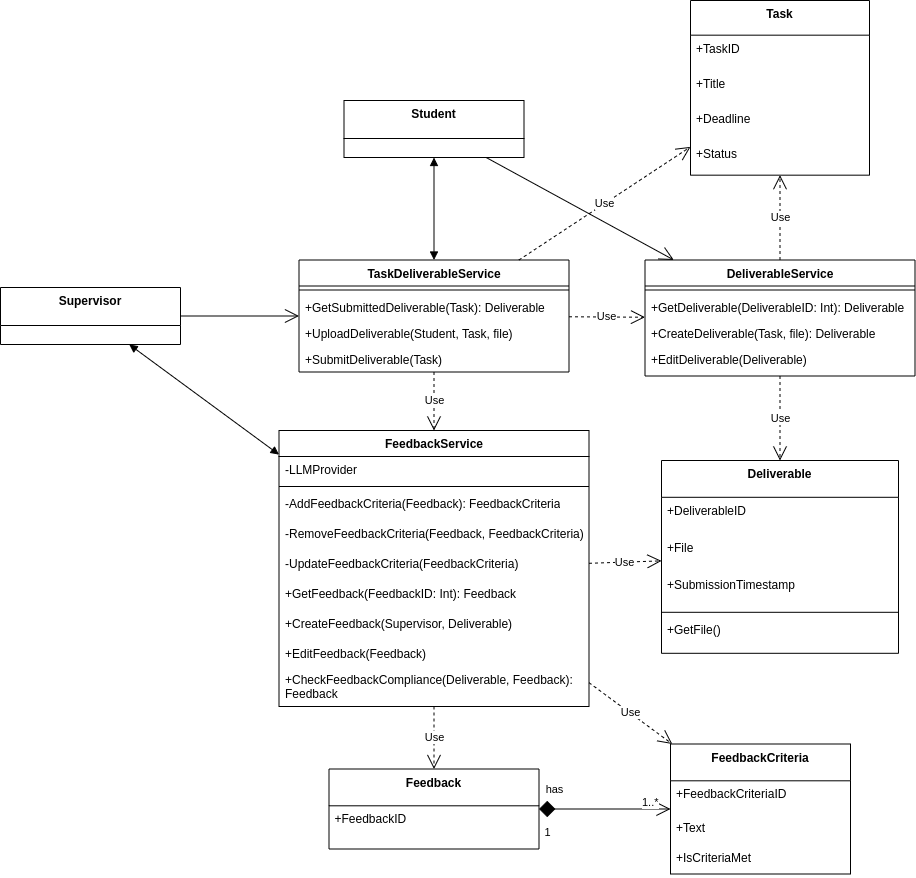
The draw.io diagram UML/Class Diagrams/images/TaskDeliverableService Class Diagram.drawio.png in Beginner50/Dissertation, before a commit. Source tidied: cells renumbered, new cells last; positions are measured from the earlier drawing's top-left corner, leaving out a move shared by most shapes. Source of this version:
```xml
<mxGraphModel>
  <root>
    <mxCell id="0" />
    <mxCell id="1" parent="0" />
    <mxCell id="2" value="Supervisor" style="swimlane;fontStyle=1;align=center;verticalAlign=top;horizontal=1;startSize=38;" parent="1" vertex="1">
      <mxGeometry y="287" width="180" height="57" as="geometry" />
    </mxCell>
    <mxCell id="3" value="Task" style="swimlane;fontStyle=1;align=center;verticalAlign=top;horizontal=1;startSize=34.666666666666664;" parent="1" vertex="1">
      <mxGeometry x="690" width="179" height="174.7" as="geometry" />
    </mxCell>
    <mxCell id="4" value="+TaskID" style="text;strokeColor=none;fillColor=none;align=left;verticalAlign=top;spacingLeft=4;spacingRight=4;overflow=hidden;" parent="3" vertex="1">
      <mxGeometry y="34.7" width="179" height="35" as="geometry" />
    </mxCell>
    <mxCell id="5" value="+Title" style="text;strokeColor=none;fillColor=none;align=left;verticalAlign=top;spacingLeft=4;spacingRight=4;overflow=hidden;" parent="3" vertex="1">
      <mxGeometry y="69.7" width="179" height="35" as="geometry" />
    </mxCell>
    <mxCell id="6" value="+Deadline" style="text;strokeColor=none;fillColor=none;align=left;verticalAlign=top;spacingLeft=4;spacingRight=4;overflow=hidden;" parent="3" vertex="1">
      <mxGeometry y="104.7" width="179" height="35" as="geometry" />
    </mxCell>
    <mxCell id="7" value="+Status" style="text;strokeColor=none;fillColor=none;align=left;verticalAlign=top;spacingLeft=4;spacingRight=4;overflow=hidden;" parent="3" vertex="1">
      <mxGeometry y="139.7" width="179" height="35" as="geometry" />
    </mxCell>
    <mxCell id="8" value="Student" style="swimlane;fontStyle=1;align=center;verticalAlign=top;horizontal=1;startSize=38;" parent="1" vertex="1">
      <mxGeometry x="343.5" y="100" width="180" height="57" as="geometry" />
    </mxCell>
    <mxCell id="9" value="FeedbackService" style="swimlane;fontStyle=1;align=center;verticalAlign=top;horizontal=1;startSize=26;whiteSpace=wrap;html=1;" parent="1" vertex="1">
      <mxGeometry x="278.5" y="430" width="310" height="276" as="geometry" />
    </mxCell>
    <mxCell id="10" value="-LLMProvider" style="text;strokeColor=none;fillColor=none;align=left;verticalAlign=top;spacingLeft=4;spacingRight=4;overflow=hidden;whiteSpace=wrap;html=1;" parent="9" vertex="1">
      <mxGeometry y="26" width="310" height="26" as="geometry" />
    </mxCell>
    <mxCell id="11" style="line;strokeWidth=1;fillColor=none;align=left;verticalAlign=middle;spacingTop=-1;spacingLeft=3;spacingRight=3;labelPosition=right;strokeColor=inherit;" parent="9" vertex="1">
      <mxGeometry y="52" width="310" height="8" as="geometry" />
    </mxCell>
    <mxCell id="12" value="-AddFeedbackCriteria(Feedback): FeedbackCriteria" style="text;strokeColor=none;fillColor=none;align=left;verticalAlign=top;spacingLeft=4;spacingRight=4;overflow=hidden;whiteSpace=wrap;html=1;" parent="9" vertex="1">
      <mxGeometry y="60" width="310" height="30" as="geometry" />
    </mxCell>
    <mxCell id="13" value="-RemoveFeedbackCriteria(Feedback, FeedbackCriteria)" style="text;strokeColor=none;fillColor=none;align=left;verticalAlign=top;spacingLeft=4;spacingRight=4;overflow=hidden;whiteSpace=wrap;html=1;" parent="9" vertex="1">
      <mxGeometry y="90" width="310" height="30" as="geometry" />
    </mxCell>
    <mxCell id="14" value="-UpdateFeedbackCriteria(FeedbackCriteria)" style="text;strokeColor=none;fillColor=none;align=left;verticalAlign=top;spacingLeft=4;spacingRight=4;overflow=hidden;whiteSpace=wrap;html=1;" parent="9" vertex="1">
      <mxGeometry y="120" width="310" height="30" as="geometry" />
    </mxCell>
    <mxCell id="15" value="+GetFeedback(FeedbackID: Int): Feedback&amp;nbsp;" style="text;strokeColor=none;fillColor=none;align=left;verticalAlign=top;spacingLeft=4;spacingRight=4;overflow=hidden;whiteSpace=wrap;html=1;" parent="9" vertex="1">
      <mxGeometry y="150" width="310" height="30" as="geometry" />
    </mxCell>
    <mxCell id="16" value="+CreateFeedback(Supervisor, Deliverable)&amp;nbsp;" style="text;strokeColor=none;fillColor=none;align=left;verticalAlign=top;spacingLeft=4;spacingRight=4;overflow=hidden;whiteSpace=wrap;html=1;" parent="9" vertex="1">
      <mxGeometry y="180" width="310" height="30" as="geometry" />
    </mxCell>
    <mxCell id="17" value="+EditFeedback(Feedback)" style="text;strokeColor=none;fillColor=none;align=left;verticalAlign=top;spacingLeft=4;spacingRight=4;overflow=hidden;whiteSpace=wrap;html=1;" parent="9" vertex="1">
      <mxGeometry y="210" width="310" height="26" as="geometry" />
    </mxCell>
    <mxCell id="18" value="+CheckFeedbackCompliance(Deliverable, Feedback): Feedback" style="text;strokeColor=none;fillColor=none;align=left;verticalAlign=top;spacingLeft=4;spacingRight=4;overflow=hidden;whiteSpace=wrap;html=1;" parent="9" vertex="1">
      <mxGeometry y="236" width="310" height="40" as="geometry" />
    </mxCell>
    <mxCell id="19" value="TaskDeliverableService" style="swimlane;fontStyle=1;align=center;verticalAlign=top;horizontal=1;startSize=26;whiteSpace=wrap;html=1;" parent="1" vertex="1">
      <mxGeometry x="298.5" y="259.5" width="270" height="112" as="geometry" />
    </mxCell>
    <mxCell id="20" style="line;strokeWidth=1;fillColor=none;align=left;verticalAlign=middle;spacingTop=-1;spacingLeft=3;spacingRight=3;labelPosition=right;strokeColor=inherit;" parent="19" vertex="1">
      <mxGeometry y="26" width="270" height="8" as="geometry" />
    </mxCell>
    <mxCell id="21" value="+GetSubmittedDeliverable(Task): Deliverable" style="text;strokeColor=none;fillColor=none;align=left;verticalAlign=top;spacingLeft=4;spacingRight=4;overflow=hidden;whiteSpace=wrap;html=1;" parent="19" vertex="1">
      <mxGeometry y="34" width="270" height="26" as="geometry" />
    </mxCell>
    <mxCell id="22" value="+UploadDeliverable(Student, Task, file)&amp;nbsp;" style="text;strokeColor=none;fillColor=none;align=left;verticalAlign=top;spacingLeft=4;spacingRight=4;overflow=hidden;whiteSpace=wrap;html=1;" parent="19" vertex="1">
      <mxGeometry y="60" width="270" height="26" as="geometry" />
    </mxCell>
    <mxCell id="23" value="+SubmitDeliverable(Task)&amp;nbsp;" style="text;strokeColor=none;fillColor=none;align=left;verticalAlign=top;spacingLeft=4;spacingRight=4;overflow=hidden;whiteSpace=wrap;html=1;" parent="19" vertex="1">
      <mxGeometry y="86" width="270" height="26" as="geometry" />
    </mxCell>
    <mxCell id="24" value="Feedback" style="swimlane;fontStyle=1;align=center;verticalAlign=top;horizontal=1;startSize=36.8;" parent="1" vertex="1">
      <mxGeometry x="328.5" y="768.5" width="210" height="80" as="geometry" />
    </mxCell>
    <mxCell id="25" value="+FeedbackID" style="text;strokeColor=none;fillColor=none;align=left;verticalAlign=top;spacingLeft=4;spacingRight=4;overflow=hidden;" parent="24" vertex="1">
      <mxGeometry y="36.8" width="210" height="43.2" as="geometry" />
    </mxCell>
    <mxCell id="26" value="FeedbackCriteria" style="swimlane;fontStyle=1;align=center;verticalAlign=top;horizontal=1;startSize=36.8;" parent="1" vertex="1">
      <mxGeometry x="670" y="743.5" width="180" height="130" as="geometry" />
    </mxCell>
    <mxCell id="27" value="+FeedbackCriteriaID" style="text;strokeColor=none;fillColor=none;align=left;verticalAlign=top;spacingLeft=4;spacingRight=4;overflow=hidden;" parent="26" vertex="1">
      <mxGeometry y="36.8" width="180" height="33.2" as="geometry" />
    </mxCell>
    <mxCell id="28" value="+Text" style="text;strokeColor=none;fillColor=none;align=left;verticalAlign=top;spacingLeft=4;spacingRight=4;overflow=hidden;" parent="26" vertex="1">
      <mxGeometry y="70" width="180" height="30" as="geometry" />
    </mxCell>
    <mxCell id="29" value="+IsCriteriaMet" style="text;strokeColor=none;fillColor=none;align=left;verticalAlign=top;spacingLeft=4;spacingRight=4;overflow=hidden;" parent="26" vertex="1">
      <mxGeometry y="100" width="180" height="30" as="geometry" />
    </mxCell>
    <mxCell id="30" value="has" style="endArrow=open;html=1;endSize=12;startArrow=diamond;startSize=14;startFill=1;edgeStyle=orthogonalEdgeStyle;rounded=0;" parent="1" edge="1" source="24" target="26">
      <mxGeometry x="-0.75" y="20" relative="1" as="geometry">
        <Array as="points">
          <mxPoint x="520" y="808.5" />
          <mxPoint x="520" y="808.5" />
        </Array>
      </mxGeometry>
    </mxCell>
    <mxCell id="31" value="1" style="edgeLabel;html=1;align=center;verticalAlign=bottom;labelPosition=center;verticalLabelPosition=top;" parent="30" vertex="1">
      <mxGeometry x="-1" relative="1" as="geometry">
        <mxPoint x="7" y="30" as="offset" />
      </mxGeometry>
    </mxCell>
    <mxCell id="32" value="1..*" style="edgeLabel;html=1;align=left;verticalAlign=bottom;labelPosition=right;verticalLabelPosition=top;" parent="30" vertex="1">
      <mxGeometry x="1" relative="1" as="geometry">
        <mxPoint x="-30" as="offset" />
      </mxGeometry>
    </mxCell>
    <mxCell id="33" value="Use" style="endArrow=open;endSize=12;dashed=1;html=1;rounded=0;labelBackgroundColor=default;strokeColor=default;fontFamily=Helvetica;fontSize=11;fontColor=default;shape=connector;" parent="1" edge="1" source="9" target="24">
      <mxGeometry relative="1" as="geometry" />
    </mxCell>
    <mxCell id="34" value="Use" style="endArrow=open;endSize=12;dashed=1;html=1;rounded=0;labelBackgroundColor=default;strokeColor=default;fontFamily=Helvetica;fontSize=11;fontColor=default;shape=connector;" parent="1" edge="1" source="19" target="9">
      <mxGeometry relative="1" as="geometry" />
    </mxCell>
    <mxCell id="35" value="Deliverable" style="swimlane;fontStyle=1;align=center;verticalAlign=top;horizontal=1;startSize=36.8;" parent="1" vertex="1">
      <mxGeometry x="661" y="460" width="237" height="192.8" as="geometry" />
    </mxCell>
    <mxCell id="36" value="+DeliverableID" style="text;strokeColor=none;fillColor=none;align=left;verticalAlign=top;spacingLeft=4;spacingRight=4;overflow=hidden;" parent="35" vertex="1">
      <mxGeometry y="36.8" width="237" height="37" as="geometry" />
    </mxCell>
    <mxCell id="37" value="+File" style="text;strokeColor=none;fillColor=none;align=left;verticalAlign=top;spacingLeft=4;spacingRight=4;overflow=hidden;" parent="35" vertex="1">
      <mxGeometry y="73.8" width="237" height="37" as="geometry" />
    </mxCell>
    <mxCell id="38" value="+SubmissionTimestamp" style="text;strokeColor=none;fillColor=none;align=left;verticalAlign=top;spacingLeft=4;spacingRight=4;overflow=hidden;" parent="35" vertex="1">
      <mxGeometry y="110.8" width="237" height="37" as="geometry" />
    </mxCell>
    <mxCell id="39" style="line;strokeWidth=1;fillColor=none;align=left;verticalAlign=middle;spacingTop=-1;spacingLeft=3;spacingRight=3;labelPosition=right;strokeColor=inherit;" parent="35" vertex="1">
      <mxGeometry y="147.8" width="237" height="8" as="geometry" />
    </mxCell>
    <mxCell id="40" value="+GetFile()" style="text;strokeColor=none;fillColor=none;align=left;verticalAlign=top;spacingLeft=4;spacingRight=4;overflow=hidden;" parent="35" vertex="1">
      <mxGeometry y="155.8" width="237" height="37" as="geometry" />
    </mxCell>
    <mxCell id="41" value="Use" style="endArrow=open;endSize=12;dashed=1;html=1;rounded=0;" parent="1" edge="1" source="44" target="35">
      <mxGeometry relative="1" as="geometry" />
    </mxCell>
    <mxCell id="42" value="Use" style="endArrow=open;endSize=12;dashed=1;html=1;rounded=0;labelBackgroundColor=default;strokeColor=default;fontFamily=Helvetica;fontSize=11;fontColor=default;shape=connector;" parent="1" edge="1" source="9" target="35">
      <mxGeometry relative="1" as="geometry" />
    </mxCell>
    <mxCell id="43" value="Use" style="endArrow=open;endSize=12;dashed=1;html=1;rounded=0;" parent="1" edge="1" source="19" target="3">
      <mxGeometry relative="1" as="geometry" />
    </mxCell>
    <mxCell id="44" value="DeliverableService" style="swimlane;fontStyle=1;align=center;verticalAlign=top;horizontal=1;startSize=26;whiteSpace=wrap;html=1;" parent="1" vertex="1">
      <mxGeometry x="644.5" y="259.5" width="270" height="116" as="geometry" />
    </mxCell>
    <mxCell id="45" style="line;strokeWidth=1;fillColor=none;align=left;verticalAlign=middle;spacingTop=-1;spacingLeft=3;spacingRight=3;labelPosition=right;strokeColor=inherit;" parent="44" vertex="1">
      <mxGeometry y="26" width="270" height="8" as="geometry" />
    </mxCell>
    <mxCell id="46" value="+GetDeliverable(DeliverableID: Int): Deliverable" style="text;strokeColor=none;fillColor=none;align=left;verticalAlign=top;spacingLeft=4;spacingRight=4;overflow=hidden;whiteSpace=wrap;html=1;" parent="44" vertex="1">
      <mxGeometry y="34" width="270" height="26" as="geometry" />
    </mxCell>
    <mxCell id="47" value="+CreateDeliverable(Task, file): Deliverable" style="text;strokeColor=none;fillColor=none;align=left;verticalAlign=top;spacingLeft=4;spacingRight=4;overflow=hidden;whiteSpace=wrap;html=1;" parent="44" vertex="1">
      <mxGeometry y="60" width="270" height="26" as="geometry" />
    </mxCell>
    <mxCell id="48" value="+EditDeliverable(Deliverable)" style="text;strokeColor=none;fillColor=none;align=left;verticalAlign=top;spacingLeft=4;spacingRight=4;overflow=hidden;whiteSpace=wrap;html=1;" parent="44" vertex="1">
      <mxGeometry y="86" width="270" height="30" as="geometry" />
    </mxCell>
    <mxCell id="49" value="Use" style="endArrow=open;endSize=12;dashed=1;html=1;rounded=0;" parent="1" edge="1" source="19" target="44">
      <mxGeometry relative="1" as="geometry" />
    </mxCell>
    <mxCell id="50" value="Use" style="endArrow=open;endSize=12;dashed=1;html=1;rounded=0;" parent="1" edge="1" source="44" target="3">
      <mxGeometry relative="1" as="geometry" />
    </mxCell>
    <mxCell id="51" style="endArrow=open;endFill=1;endSize=12;html=1;rounded=0;labelBackgroundColor=default;strokeColor=default;fontFamily=Helvetica;fontSize=11;fontColor=default;shape=connector;" parent="1" edge="1" source="8" target="44">
      <mxGeometry relative="1" as="geometry" />
    </mxCell>
    <mxCell id="52" style="endArrow=open;endFill=1;endSize=12;html=1;rounded=0;labelBackgroundColor=default;strokeColor=default;fontFamily=Helvetica;fontSize=11;fontColor=default;shape=connector;" parent="1" edge="1" source="2" target="19">
      <mxGeometry relative="1" as="geometry" />
    </mxCell>
    <mxCell id="53" style="endArrow=block;startArrow=block;endFill=1;startFill=1;html=1;rounded=0;" parent="1" edge="1" source="8" target="19">
      <mxGeometry relative="1" as="geometry" />
    </mxCell>
    <mxCell id="54" style="endArrow=block;startArrow=block;endFill=1;startFill=1;html=1;rounded=0;" parent="1" edge="1" source="2" target="9">
      <mxGeometry relative="1" as="geometry" />
    </mxCell>
    <mxCell id="55" value="Use" style="endArrow=open;endSize=12;dashed=1;html=1;rounded=0;labelBackgroundColor=default;strokeColor=default;fontFamily=Helvetica;fontSize=11;fontColor=default;shape=connector;" parent="1" edge="1" source="9" target="26">
      <mxGeometry relative="1" as="geometry" />
    </mxCell>
  </root>
</mxGraphModel>
```
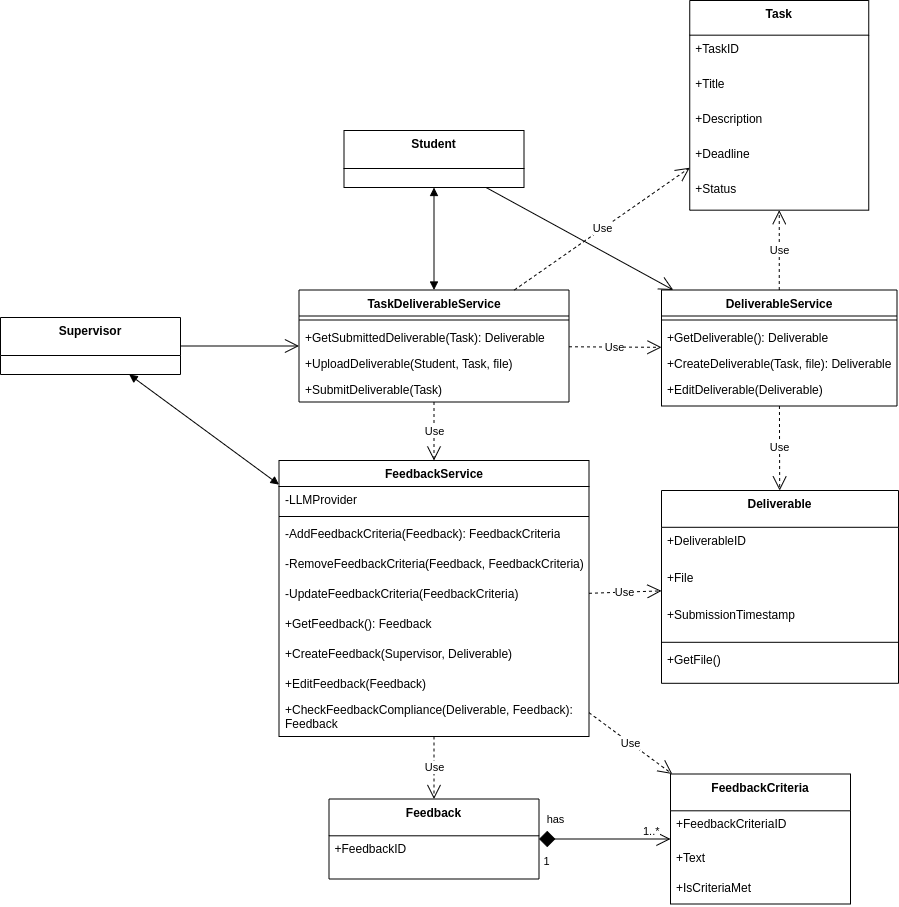
The same file after the commit.

Change to the diagram source:
```diff
@@ -6,7 +6,7 @@
       <mxGeometry y="287" width="180" height="57" as="geometry" />
     </mxCell>
     <mxCell id="3" value="Task" style="swimlane;fontStyle=1;align=center;verticalAlign=top;horizontal=1;startSize=34.666666666666664;" parent="1" vertex="1">
-      <mxGeometry x="690" width="179" height="174.7" as="geometry" />
+      <mxGeometry x="689.2" y="-30" width="179" height="209.7" as="geometry" />
     </mxCell>
     <mxCell id="4" value="+TaskID" style="text;strokeColor=none;fillColor=none;align=left;verticalAlign=top;spacingLeft=4;spacingRight=4;overflow=hidden;" parent="3" vertex="1">
       <mxGeometry y="34.7" width="179" height="35" as="geometry" />
@@ -14,11 +14,14 @@
     <mxCell id="5" value="+Title" style="text;strokeColor=none;fillColor=none;align=left;verticalAlign=top;spacingLeft=4;spacingRight=4;overflow=hidden;" parent="3" vertex="1">
       <mxGeometry y="69.7" width="179" height="35" as="geometry" />
     </mxCell>
+    <mxCell id="56" value="+Description" style="text;strokeColor=none;fillColor=none;align=left;verticalAlign=top;spacingLeft=4;spacingRight=4;overflow=hidden;" parent="3" vertex="1">
+      <mxGeometry y="104.7" width="179" height="35" as="geometry" />
+    </mxCell>
     <mxCell id="6" value="+Deadline" style="text;strokeColor=none;fillColor=none;align=left;verticalAlign=top;spacingLeft=4;spacingRight=4;overflow=hidden;" parent="3" vertex="1">
-      <mxGeometry y="104.7" width="179" height="35" as="geometry" />
+      <mxGeometry y="139.7" width="179" height="35" as="geometry" />
     </mxCell>
     <mxCell id="7" value="+Status" style="text;strokeColor=none;fillColor=none;align=left;verticalAlign=top;spacingLeft=4;spacingRight=4;overflow=hidden;" parent="3" vertex="1">
-      <mxGeometry y="139.7" width="179" height="35" as="geometry" />
+      <mxGeometry y="174.7" width="179" height="35" as="geometry" />
     </mxCell>
     <mxCell id="8" value="Student" style="swimlane;fontStyle=1;align=center;verticalAlign=top;horizontal=1;startSize=38;" parent="1" vertex="1">
       <mxGeometry x="343.5" y="100" width="180" height="57" as="geometry" />
@@ -41,7 +44,7 @@
     <mxCell id="14" value="-UpdateFeedbackCriteria(FeedbackCriteria)" style="text;strokeColor=none;fillColor=none;align=left;verticalAlign=top;spacingLeft=4;spacingRight=4;overflow=hidden;whiteSpace=wrap;html=1;" parent="9" vertex="1">
       <mxGeometry y="120" width="310" height="30" as="geometry" />
     </mxCell>
-    <mxCell id="15" value="+GetFeedback(FeedbackID: Int): Feedback&amp;nbsp;" style="text;strokeColor=none;fillColor=none;align=left;verticalAlign=top;spacingLeft=4;spacingRight=4;overflow=hidden;whiteSpace=wrap;html=1;" parent="9" vertex="1">
+    <mxCell id="15" value="+GetFeedback(): Feedback&amp;nbsp;" style="text;strokeColor=none;fillColor=none;align=left;verticalAlign=top;spacingLeft=4;spacingRight=4;overflow=hidden;whiteSpace=wrap;html=1;" parent="9" vertex="1">
       <mxGeometry y="150" width="310" height="30" as="geometry" />
     </mxCell>
     <mxCell id="16" value="+CreateFeedback(Supervisor, Deliverable)&amp;nbsp;" style="text;strokeColor=none;fillColor=none;align=left;verticalAlign=top;spacingLeft=4;spacingRight=4;overflow=hidden;whiteSpace=wrap;html=1;" parent="9" vertex="1">
@@ -138,19 +141,19 @@
       <mxGeometry relative="1" as="geometry" />
     </mxCell>
     <mxCell id="44" value="DeliverableService" style="swimlane;fontStyle=1;align=center;verticalAlign=top;horizontal=1;startSize=26;whiteSpace=wrap;html=1;" parent="1" vertex="1">
-      <mxGeometry x="644.5" y="259.5" width="270" height="116" as="geometry" />
+      <mxGeometry x="661" y="259.5" width="235.5" height="116" as="geometry" />
     </mxCell>
     <mxCell id="45" style="line;strokeWidth=1;fillColor=none;align=left;verticalAlign=middle;spacingTop=-1;spacingLeft=3;spacingRight=3;labelPosition=right;strokeColor=inherit;" parent="44" vertex="1">
-      <mxGeometry y="26" width="270" height="8" as="geometry" />
+      <mxGeometry y="26" width="235.5" height="8" as="geometry" />
     </mxCell>
-    <mxCell id="46" value="+GetDeliverable(DeliverableID: Int): Deliverable" style="text;strokeColor=none;fillColor=none;align=left;verticalAlign=top;spacingLeft=4;spacingRight=4;overflow=hidden;whiteSpace=wrap;html=1;" parent="44" vertex="1">
-      <mxGeometry y="34" width="270" height="26" as="geometry" />
+    <mxCell id="46" value="+GetDeliverable(): Deliverable" style="text;strokeColor=none;fillColor=none;align=left;verticalAlign=top;spacingLeft=4;spacingRight=4;overflow=hidden;whiteSpace=wrap;html=1;" parent="44" vertex="1">
+      <mxGeometry y="34" width="235.5" height="26" as="geometry" />
     </mxCell>
     <mxCell id="47" value="+CreateDeliverable(Task, file): Deliverable" style="text;strokeColor=none;fillColor=none;align=left;verticalAlign=top;spacingLeft=4;spacingRight=4;overflow=hidden;whiteSpace=wrap;html=1;" parent="44" vertex="1">
-      <mxGeometry y="60" width="270" height="26" as="geometry" />
+      <mxGeometry y="60" width="235.5" height="26" as="geometry" />
     </mxCell>
     <mxCell id="48" value="+EditDeliverable(Deliverable)" style="text;strokeColor=none;fillColor=none;align=left;verticalAlign=top;spacingLeft=4;spacingRight=4;overflow=hidden;whiteSpace=wrap;html=1;" parent="44" vertex="1">
-      <mxGeometry y="86" width="270" height="30" as="geometry" />
+      <mxGeometry y="86" width="235.5" height="30" as="geometry" />
     </mxCell>
     <mxCell id="49" value="Use" style="endArrow=open;endSize=12;dashed=1;html=1;rounded=0;" parent="1" edge="1" source="19" target="44">
       <mxGeometry relative="1" as="geometry" />
```
